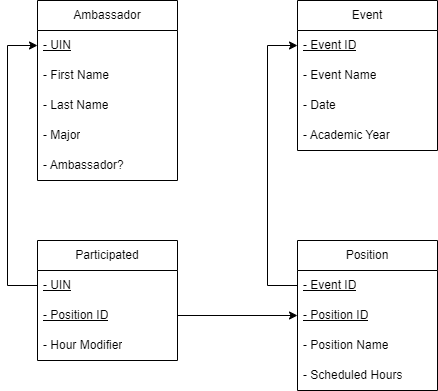
This is database_schema.png from HoneyKat11/Ambassador-Database-Application, a draw.io export, as it was before one commit. Source tidied: cells renumbered, new cells last; positions are measured from the earlier drawing's top-left corner, leaving out a move shared by most shapes. Source of this version:
```xml
<mxGraphModel>
  <root>
    <mxCell id="0" />
    <mxCell id="1" parent="0" />
    <mxCell id="2" value="Ambassador" style="swimlane;fontStyle=0;horizontal=1;startSize=30;whiteSpace=wrap;html=1;" parent="1" vertex="1">
      <mxGeometry x="30" width="140" height="180" as="geometry" />
    </mxCell>
    <mxCell id="3" value="&lt;u&gt;- UIN&lt;/u&gt;" style="text;strokeColor=none;fillColor=none;align=left;verticalAlign=middle;spacingLeft=4;spacingRight=4;overflow=hidden;points=[[0,0.5],[1,0.5]];portConstraint=eastwest;whiteSpace=wrap;html=1;" parent="2" vertex="1">
      <mxGeometry y="30" width="140" height="30" as="geometry" />
    </mxCell>
    <mxCell id="4" value="- First Name" style="text;strokeColor=none;fillColor=none;align=left;verticalAlign=middle;spacingLeft=4;spacingRight=4;overflow=hidden;whiteSpace=wrap;html=1;" parent="2" vertex="1">
      <mxGeometry y="60" width="140" height="30" as="geometry" />
    </mxCell>
    <mxCell id="5" value="- Last Name" style="text;strokeColor=none;fillColor=none;align=left;verticalAlign=middle;spacingLeft=4;spacingRight=4;overflow=hidden;whiteSpace=wrap;html=1;" parent="2" vertex="1">
      <mxGeometry y="90" width="140" height="30" as="geometry" />
    </mxCell>
    <mxCell id="6" value="- Major" style="text;strokeColor=none;fillColor=none;align=left;verticalAlign=middle;spacingLeft=4;spacingRight=4;overflow=hidden;whiteSpace=wrap;html=1;" parent="2" vertex="1">
      <mxGeometry y="120" width="140" height="30" as="geometry" />
    </mxCell>
    <mxCell id="7" value="- Ambassador?" style="text;strokeColor=none;fillColor=none;align=left;verticalAlign=middle;spacingLeft=4;spacingRight=4;overflow=hidden;whiteSpace=wrap;html=1;" parent="2" vertex="1">
      <mxGeometry y="150" width="140" height="30" as="geometry" />
    </mxCell>
    <mxCell id="8" value="Event" style="swimlane;fontStyle=0;horizontal=1;startSize=30;whiteSpace=wrap;html=1;" parent="1" vertex="1">
      <mxGeometry x="290" width="140" height="150" as="geometry" />
    </mxCell>
    <mxCell id="9" value="&lt;u&gt;- Event ID&lt;/u&gt;" style="text;strokeColor=none;fillColor=none;align=left;verticalAlign=middle;spacingLeft=4;spacingRight=4;overflow=hidden;points=[[0,0.5],[1,0.5]];portConstraint=eastwest;whiteSpace=wrap;html=1;" parent="8" vertex="1">
      <mxGeometry y="30" width="140" height="30" as="geometry" />
    </mxCell>
    <mxCell id="10" value="- Event Name" style="text;strokeColor=none;fillColor=none;align=left;verticalAlign=middle;spacingLeft=4;spacingRight=4;overflow=hidden;whiteSpace=wrap;html=1;" parent="8" vertex="1">
      <mxGeometry y="60" width="140" height="30" as="geometry" />
    </mxCell>
    <mxCell id="11" value="- Date" style="text;strokeColor=none;fillColor=none;align=left;verticalAlign=middle;spacingLeft=4;spacingRight=4;overflow=hidden;whiteSpace=wrap;html=1;" parent="8" vertex="1">
      <mxGeometry y="90" width="140" height="30" as="geometry" />
    </mxCell>
    <mxCell id="12" value="- Academic Year" style="text;strokeColor=none;fillColor=none;align=left;verticalAlign=middle;spacingLeft=4;spacingRight=4;overflow=hidden;whiteSpace=wrap;html=1;" parent="8" vertex="1">
      <mxGeometry y="120" width="140" height="30" as="geometry" />
    </mxCell>
    <mxCell id="13" value="Position" style="swimlane;fontStyle=0;horizontal=1;startSize=30;whiteSpace=wrap;html=1;" parent="1" vertex="1">
      <mxGeometry x="290" y="240" width="140" height="150" as="geometry" />
    </mxCell>
    <mxCell id="14" value="&lt;u&gt;- Event ID&lt;/u&gt;" style="text;strokeColor=none;fillColor=none;align=left;verticalAlign=middle;spacingLeft=4;spacingRight=4;overflow=hidden;points=[[0,0.5],[1,0.5]];portConstraint=eastwest;whiteSpace=wrap;html=1;" parent="13" vertex="1">
      <mxGeometry y="30" width="140" height="30" as="geometry" />
    </mxCell>
    <mxCell id="15" value="&lt;u&gt;- Position ID&lt;/u&gt;" style="text;strokeColor=none;fillColor=none;align=left;verticalAlign=middle;spacingLeft=4;spacingRight=4;overflow=hidden;points=[[0,0.5],[1,0.5]];portConstraint=eastwest;whiteSpace=wrap;html=1;" parent="13" vertex="1">
      <mxGeometry y="60" width="140" height="30" as="geometry" />
    </mxCell>
    <mxCell id="16" value="- Position Name" style="text;strokeColor=none;fillColor=none;align=left;verticalAlign=middle;spacingLeft=4;spacingRight=4;overflow=hidden;whiteSpace=wrap;html=1;" parent="13" vertex="1">
      <mxGeometry y="90" width="140" height="30" as="geometry" />
    </mxCell>
    <mxCell id="17" value="- Scheduled Hours" style="text;strokeColor=none;fillColor=none;align=left;verticalAlign=middle;spacingLeft=4;spacingRight=4;overflow=hidden;whiteSpace=wrap;html=1;" parent="13" vertex="1">
      <mxGeometry y="120" width="140" height="30" as="geometry" />
    </mxCell>
    <mxCell id="18" value="Participated" style="swimlane;fontStyle=0;horizontal=1;startSize=30;whiteSpace=wrap;html=1;" parent="1" vertex="1">
      <mxGeometry x="30" y="240" width="140" height="120" as="geometry" />
    </mxCell>
    <mxCell id="19" value="&lt;u&gt;- UIN&lt;/u&gt;" style="text;strokeColor=none;fillColor=none;align=left;verticalAlign=middle;spacingLeft=4;spacingRight=4;overflow=hidden;points=[[0,0.5],[1,0.5]];portConstraint=eastwest;whiteSpace=wrap;html=1;" parent="18" vertex="1">
      <mxGeometry y="30" width="140" height="30" as="geometry" />
    </mxCell>
    <mxCell id="20" value="&lt;u&gt;- Position ID&lt;/u&gt;" style="text;strokeColor=none;fillColor=none;align=left;verticalAlign=middle;spacingLeft=4;spacingRight=4;overflow=hidden;points=[[0,0.5],[1,0.5]];portConstraint=eastwest;whiteSpace=wrap;html=1;" parent="18" vertex="1">
      <mxGeometry y="60" width="140" height="30" as="geometry" />
    </mxCell>
    <mxCell id="21" value="- Hour Modifier" style="text;strokeColor=none;fillColor=none;align=left;verticalAlign=middle;spacingLeft=4;spacingRight=4;overflow=hidden;whiteSpace=wrap;html=1;" parent="18" vertex="1">
      <mxGeometry y="90" width="140" height="30" as="geometry" />
    </mxCell>
    <mxCell id="22" style="edgeStyle=orthogonalEdgeStyle;rounded=0;jettySize=auto;html=1;exitX=0;exitY=0.5;exitDx=0;exitDy=0;entryX=0;entryY=0.5;entryDx=0;entryDy=0;" parent="1" edge="1" source="19" target="3">
      <mxGeometry relative="1" as="geometry">
        <Array as="points">
          <mxPoint y="285" />
          <mxPoint y="45" />
        </Array>
      </mxGeometry>
    </mxCell>
    <mxCell id="23" style="edgeStyle=orthogonalEdgeStyle;rounded=0;jettySize=auto;html=1;exitX=0;exitY=0.5;exitDx=0;exitDy=0;entryX=0;entryY=0.5;entryDx=0;entryDy=0;" parent="1" edge="1" source="14" target="9">
      <mxGeometry relative="1" as="geometry">
        <Array as="points">
          <mxPoint x="260" y="285" />
          <mxPoint x="260" y="45" />
        </Array>
      </mxGeometry>
    </mxCell>
    <mxCell id="24" style="edgeStyle=orthogonalEdgeStyle;rounded=0;jettySize=auto;html=1;exitX=1;exitY=0.5;exitDx=0;exitDy=0;entryX=0;entryY=0.5;entryDx=0;entryDy=0;" parent="1" edge="1" source="20" target="15">
      <mxGeometry relative="1" as="geometry" />
    </mxCell>
  </root>
</mxGraphModel>
```
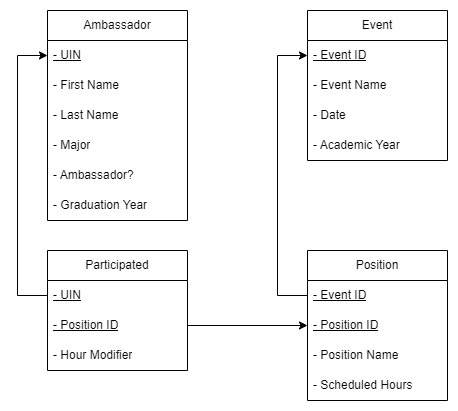
After the commit.

The edit, as a diff of the source:
```diff
@@ -3,7 +3,7 @@
     <mxCell id="0" />
     <mxCell id="1" parent="0" />
     <mxCell id="2" value="Ambassador" style="swimlane;fontStyle=0;horizontal=1;startSize=30;whiteSpace=wrap;html=1;" parent="1" vertex="1">
-      <mxGeometry x="30" width="140" height="180" as="geometry" />
+      <mxGeometry x="30" width="140" height="210" as="geometry" />
     </mxCell>
     <mxCell id="3" value="&lt;u&gt;- UIN&lt;/u&gt;" style="text;strokeColor=none;fillColor=none;align=left;verticalAlign=middle;spacingLeft=4;spacingRight=4;overflow=hidden;points=[[0,0.5],[1,0.5]];portConstraint=eastwest;whiteSpace=wrap;html=1;" parent="2" vertex="1">
       <mxGeometry y="30" width="140" height="30" as="geometry" />
@@ -20,6 +20,9 @@
     <mxCell id="7" value="- Ambassador?" style="text;strokeColor=none;fillColor=none;align=left;verticalAlign=middle;spacingLeft=4;spacingRight=4;overflow=hidden;whiteSpace=wrap;html=1;" parent="2" vertex="1">
       <mxGeometry y="150" width="140" height="30" as="geometry" />
     </mxCell>
+    <mxCell id="25" value="- Graduation Year" style="text;strokeColor=none;fillColor=none;align=left;verticalAlign=middle;spacingLeft=4;spacingRight=4;overflow=hidden;whiteSpace=wrap;html=1;" parent="2" vertex="1">
+      <mxGeometry y="180" width="140" height="30" as="geometry" />
+    </mxCell>
     <mxCell id="8" value="Event" style="swimlane;fontStyle=0;horizontal=1;startSize=30;whiteSpace=wrap;html=1;" parent="1" vertex="1">
       <mxGeometry x="290" width="140" height="150" as="geometry" />
     </mxCell>
```
